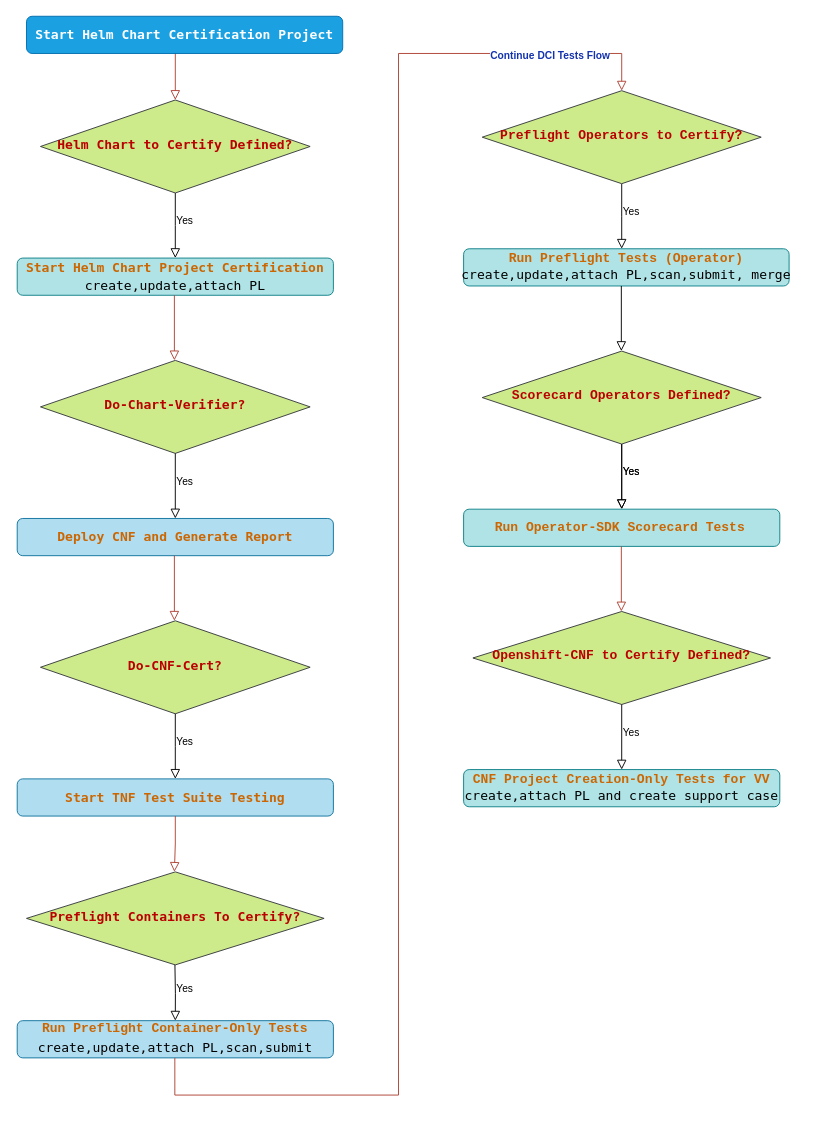
ansvu/ava-project keeps this draw.io diagram as dci-flow-tests Diagram.drawio. Above is the earlier version. Source tidied: cells renumbered, new cells numbered last; positions are measured from the earlier drawing's top-left corner, leaving out a move shared by most shapes. Both pictures are drawn from the tidied source at 93%, with x=0, y=0 at pixel (17, 16).
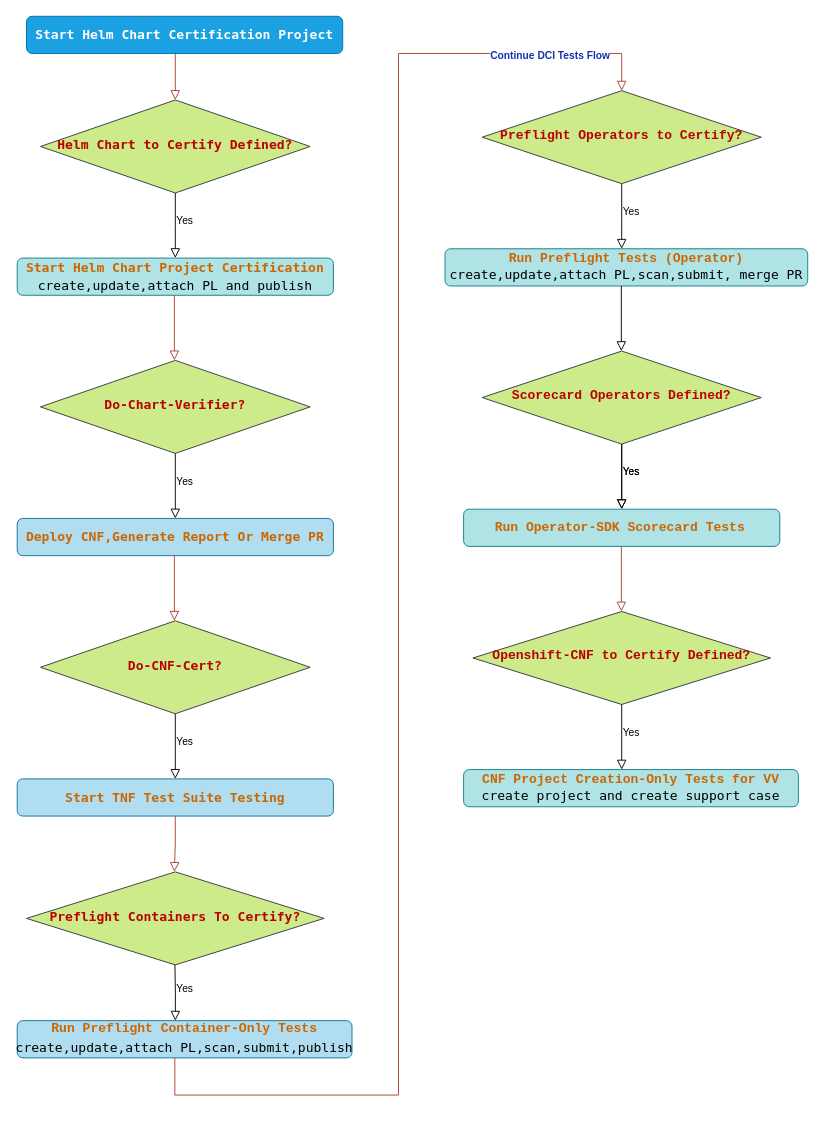
Above is the later version.

What changed in the source:
```diff
@@
-    <mxCell id="7" value="&lt;div style=&quot;font-family: &amp;quot;Droid Sans Mono&amp;quot;, &amp;quot;monospace&amp;quot;, monospace; font-size: 14px; line-height: 19px; white-space: pre;&quot;&gt;&lt;b&gt;&lt;font color=&quot;#cc6600&quot;&gt;Start Helm Chart Project Certification&lt;br/&gt;&lt;/font&gt;&lt;/b&gt;create,update,attach PL&lt;/div&gt;" style="rounded=1;whiteSpace=wrap;html=1;fontSize=12;glass=0;strokeWidth=1;shadow=0;labelBackgroundColor=none;fillStyle=solid;fillColor=#b0e3e6;strokeColor=#0e8088;" parent="1" vertex="1">
+    <mxCell id="7" value="&lt;div style=&quot;font-family: &amp;quot;Droid Sans Mono&amp;quot;, &amp;quot;monospace&amp;quot;, monospace; font-size: 14px; line-height: 19px; white-space: pre;&quot;&gt;&lt;b&gt;&lt;font color=&quot;#cc6600&quot;&gt;Start Helm Chart Project Certification&lt;br&gt;&lt;/font&gt;&lt;/b&gt;create,update,attach PL and publish&lt;/div&gt;" style="rounded=1;whiteSpace=wrap;html=1;fontSize=12;glass=0;strokeWidth=1;shadow=0;labelBackgroundColor=none;fillStyle=solid;fillColor=#b0e3e6;strokeColor=#0e8088;" parent="1" vertex="1">
       <mxGeometry y="260" width="340" height="40" as="geometry" />
     </mxCell>
@@
-    <mxCell id="12" value="&lt;div style=&quot;font-family: &amp;quot;Droid Sans Mono&amp;quot;, &amp;quot;monospace&amp;quot;, monospace; font-size: 14px; line-height: 19px; white-space: pre;&quot;&gt;&lt;b&gt;&lt;font color=&quot;#cc6600&quot;&gt;Deploy CNF and Generate Report&lt;/font&gt;&lt;/b&gt;&lt;br&gt;&lt;/div&gt;" style="rounded=1;whiteSpace=wrap;html=1;fontSize=12;glass=0;strokeWidth=1;shadow=0;labelBackgroundColor=none;fillStyle=solid;fillColor=#b1ddf0;strokeColor=#10739e;" parent="1" vertex="1">
+    <mxCell id="12" value="&lt;div style=&quot;font-family: &amp;quot;Droid Sans Mono&amp;quot;, &amp;quot;monospace&amp;quot;, monospace; font-size: 14px; line-height: 19px; white-space: pre;&quot;&gt;&lt;b&gt;&lt;font color=&quot;#cc6600&quot;&gt;Deploy CNF,Generate Report Or Merge PR&lt;/font&gt;&lt;/b&gt;&lt;br&gt;&lt;/div&gt;" style="rounded=1;whiteSpace=wrap;html=1;fontSize=12;glass=0;strokeWidth=1;shadow=0;labelBackgroundColor=none;fillStyle=solid;fillColor=#b1ddf0;strokeColor=#10739e;" parent="1" vertex="1">
       <mxGeometry y="540" width="340" height="40" as="geometry" />
     </mxCell>
@@
-    <mxCell id="19" value="&lt;div style=&quot;line-height: 19px;&quot;&gt;&lt;font face=&quot;Droid Sans Mono, monospace, monospace&quot; color=&quot;#cc6600&quot;&gt;&lt;span style=&quot;white-space: pre; font-size: 14px;&quot;&gt;&lt;b&gt;Run Preflight Container-Only Tests&lt;br&gt;&lt;/b&gt;&lt;/span&gt;&lt;/font&gt;&lt;/div&gt;&lt;div style=&quot;line-height: 19px;&quot;&gt;&lt;span style=&quot;font-family: &amp;quot;Droid Sans Mono&amp;quot;, &amp;quot;monospace&amp;quot;, monospace; font-size: 14px; white-space: pre;&quot;&gt;create,update,attach PL,scan,submit&lt;/span&gt;&lt;font face=&quot;Droid Sans Mono, monospace, monospace&quot; color=&quot;#cc6600&quot;&gt;&lt;span style=&quot;white-space: pre; font-size: 14px;&quot;&gt;&lt;b&gt;&lt;br&gt;&lt;/b&gt;&lt;/span&gt;&lt;/font&gt;&lt;/div&gt;" style="rounded=1;whiteSpace=wrap;html=1;fontSize=12;glass=0;strokeWidth=1;shadow=0;labelBackgroundColor=none;fillStyle=solid;fillColor=#b1ddf0;strokeColor=#10739e;" parent="1" vertex="1">
-      <mxGeometry y="1080" width="340" height="40" as="geometry" />
+    <mxCell id="19" value="&lt;div style=&quot;line-height: 19px;&quot;&gt;&lt;font face=&quot;Droid Sans Mono, monospace, monospace&quot; color=&quot;#cc6600&quot;&gt;&lt;span style=&quot;white-space: pre; font-size: 14px;&quot;&gt;&lt;b&gt;Run Preflight Container-Only Tests&lt;br&gt;&lt;/b&gt;&lt;/span&gt;&lt;/font&gt;&lt;/div&gt;&lt;div style=&quot;line-height: 19px;&quot;&gt;&lt;span style=&quot;font-family: &amp;quot;Droid Sans Mono&amp;quot;, &amp;quot;monospace&amp;quot;, monospace; font-size: 14px; white-space: pre;&quot;&gt;create,update,attach PL,scan,submit,publish&lt;/span&gt;&lt;font face=&quot;Droid Sans Mono, monospace, monospace&quot; color=&quot;#cc6600&quot;&gt;&lt;span style=&quot;white-space: pre; font-size: 14px;&quot;&gt;&lt;b&gt;&lt;br&gt;&lt;/b&gt;&lt;/span&gt;&lt;/font&gt;&lt;/div&gt;" style="rounded=1;whiteSpace=wrap;html=1;fontSize=12;glass=0;strokeWidth=1;shadow=0;labelBackgroundColor=none;fillStyle=solid;fillColor=#b1ddf0;strokeColor=#10739e;" parent="1" vertex="1">
+      <mxGeometry y="1080" width="360" height="40" as="geometry" />
     </mxCell>
@@
-    <mxCell id="25" value="&lt;div&gt;&lt;font face=&quot;Droid Sans Mono, monospace, monospace&quot; color=&quot;#cc6600&quot;&gt;&lt;div style=&quot;&quot;&gt;&lt;span style=&quot;font-size: 14px; white-space: pre;&quot;&gt;&lt;b&gt;Run Preflight Tests (Operator)&lt;/b&gt;&lt;/span&gt;&lt;/div&gt;&lt;div style=&quot;&quot;&gt;&lt;span style=&quot;color: rgb(0, 0, 0); font-family: &amp;quot;Droid Sans Mono&amp;quot;, &amp;quot;monospace&amp;quot;, monospace; font-size: 14px; white-space: pre;&quot;&gt;create,update,attach PL,scan,submit, merge&lt;/span&gt;&lt;span style=&quot;white-space: pre; font-size: 14px;&quot;&gt;&lt;b&gt;&lt;br&gt;&lt;/b&gt;&lt;/span&gt;&lt;/div&gt;&lt;/font&gt;&lt;/div&gt;" style="rounded=1;whiteSpace=wrap;html=1;fontSize=12;glass=0;strokeWidth=1;shadow=0;labelBackgroundColor=none;fillStyle=solid;fillColor=#b0e3e6;strokeColor=#0e8088;" parent="1" vertex="1">
-      <mxGeometry x="480" y="250" width="350" height="40" as="geometry" />
+    <mxCell id="25" value="&lt;div&gt;&lt;font face=&quot;Droid Sans Mono, monospace, monospace&quot; color=&quot;#cc6600&quot;&gt;&lt;div style=&quot;&quot;&gt;&lt;span style=&quot;font-size: 14px; white-space: pre;&quot;&gt;&lt;b&gt;Run Preflight Tests (Operator)&lt;/b&gt;&lt;/span&gt;&lt;/div&gt;&lt;div style=&quot;&quot;&gt;&lt;span style=&quot;color: rgb(0, 0, 0); font-family: &amp;quot;Droid Sans Mono&amp;quot;, &amp;quot;monospace&amp;quot;, monospace; font-size: 14px; white-space: pre;&quot;&gt;create,update,attach PL,scan,submit, merge PR&lt;/span&gt;&lt;span style=&quot;white-space: pre; font-size: 14px;&quot;&gt;&lt;b&gt;&lt;br&gt;&lt;/b&gt;&lt;/span&gt;&lt;/div&gt;&lt;/font&gt;&lt;/div&gt;" style="rounded=1;whiteSpace=wrap;html=1;fontSize=12;glass=0;strokeWidth=1;shadow=0;labelBackgroundColor=none;fillStyle=solid;fillColor=#b0e3e6;strokeColor=#0e8088;" parent="1" vertex="1">
+      <mxGeometry x="460" y="250" width="390" height="40" as="geometry" />
     </mxCell>
@@
-    <mxCell id="34" value="&lt;div&gt;&lt;font face=&quot;Droid Sans Mono, monospace, monospace&quot; color=&quot;#cc6600&quot;&gt;&lt;div style=&quot;&quot;&gt;&lt;span style=&quot;font-size: 14px; white-space: pre;&quot;&gt;&lt;b&gt;CNF Project Creation-Only Tests for VV&lt;br&gt;&lt;/b&gt;&lt;/span&gt;&lt;/div&gt;&lt;div style=&quot;&quot;&gt;&lt;span style=&quot;color: rgb(0, 0, 0); font-family: &amp;quot;Droid Sans Mono&amp;quot;, &amp;quot;monospace&amp;quot;, monospace; font-size: 14px; white-space: pre;&quot;&gt;create,attach PL and create support case&lt;/span&gt;&lt;span style=&quot;font-size: 14px; white-space: pre;&quot;&gt;&lt;b&gt;&lt;br&gt;&lt;/b&gt;&lt;/span&gt;&lt;/div&gt;&lt;/font&gt;&lt;/div&gt;" style="rounded=1;whiteSpace=wrap;html=1;fontSize=12;glass=0;strokeWidth=1;shadow=0;labelBackgroundColor=none;fillStyle=solid;fillColor=#b0e3e6;strokeColor=#0e8088;" parent="1" vertex="1">
-      <mxGeometry x="480" y="810" width="340" height="40" as="geometry" />
+    <mxCell id="34" value="&lt;div&gt;&lt;font face=&quot;Droid Sans Mono, monospace, monospace&quot; color=&quot;#cc6600&quot;&gt;&lt;div style=&quot;&quot;&gt;&lt;span style=&quot;font-size: 14px; white-space: pre;&quot;&gt;&lt;b&gt;CNF Project Creation-Only Tests for VV&lt;br&gt;&lt;/b&gt;&lt;/span&gt;&lt;/div&gt;&lt;div style=&quot;&quot;&gt;&lt;span style=&quot;color: rgb(0, 0, 0); font-family: &amp;quot;Droid Sans Mono&amp;quot;, &amp;quot;monospace&amp;quot;, monospace; font-size: 14px; white-space: pre;&quot;&gt;create project and create support case&lt;/span&gt;&lt;span style=&quot;font-size: 14px; white-space: pre;&quot;&gt;&lt;b&gt;&lt;br&gt;&lt;/b&gt;&lt;/span&gt;&lt;/div&gt;&lt;/font&gt;&lt;/div&gt;" style="rounded=1;whiteSpace=wrap;html=1;fontSize=12;glass=0;strokeWidth=1;shadow=0;labelBackgroundColor=none;fillStyle=solid;fillColor=#b0e3e6;strokeColor=#0e8088;" parent="1" vertex="1">
+      <mxGeometry x="480" y="810" width="360" height="40" as="geometry" />
     </mxCell>
```
